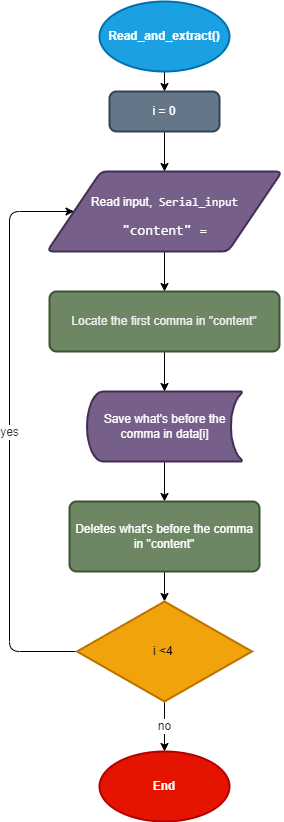
This is Flow charts/read_and_extract().png from Thibault-GILLARD/Blue_Robot_2022, a draw.io export, as it was before one commit. Source tidied: cells renumbered, new cells last; positions are measured from the earlier drawing's top-left corner, leaving out a move shared by most shapes.
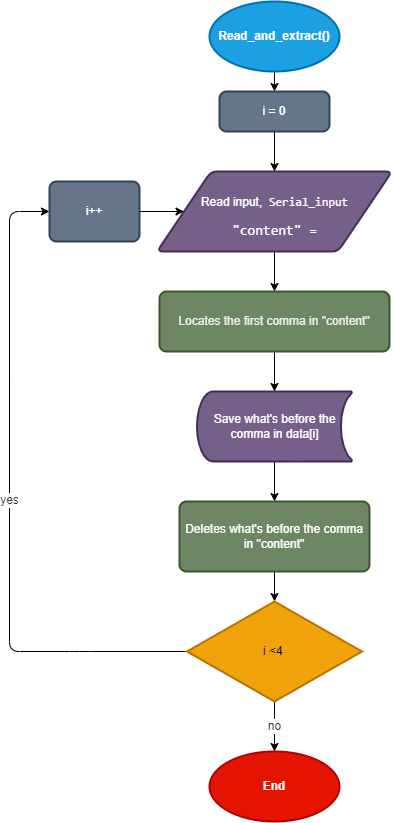
Later version of the same file.

The edit, as a diff of the source:
```diff
@@ -23,7 +23,7 @@
     <mxCell id="8" style="edgeStyle=none;html=1;exitX=0.5;exitY=1;exitDx=0;exitDy=0;entryX=0.5;entryY=0;entryDx=0;entryDy=0;entryPerimeter=0;fontSize=12;fontColor=#FFFFFF;" parent="1" edge="1" source="9" target="7">
       <mxGeometry relative="1" as="geometry" />
     </mxCell>
-    <mxCell id="9" value="&lt;span style=&quot;color: rgb(240 , 240 , 240)&quot;&gt;Locate the first comma in &quot;content&quot;&lt;/span&gt;" style="rounded=1;whiteSpace=wrap;html=1;absoluteArcSize=1;arcSize=14;strokeWidth=2;labelBackgroundColor=none;fontSize=12;fontColor=#ffffff;fillColor=#6d8764;strokeColor=#3A5431;" parent="1" vertex="1">
+    <mxCell id="9" value="&lt;span style=&quot;color: rgb(240 , 240 , 240)&quot;&gt;Locates the first comma in &quot;content&quot;&lt;/span&gt;" style="rounded=1;whiteSpace=wrap;html=1;absoluteArcSize=1;arcSize=14;strokeWidth=2;labelBackgroundColor=none;fontSize=12;fontColor=#ffffff;fillColor=#6d8764;strokeColor=#3A5431;" parent="1" vertex="1">
       <mxGeometry x="40" y="290" width="230" height="60" as="geometry" />
     </mxCell>
     <mxCell id="10" style="edgeStyle=none;html=1;exitX=0.5;exitY=1;exitDx=0;exitDy=0;entryX=0.5;entryY=0;entryDx=0;entryDy=0;entryPerimeter=0;fontSize=12;fontColor=#FFFFFF;" parent="1" edge="1" source="11" target="16">
@@ -38,11 +38,13 @@
     <mxCell id="13" value="i = 0" style="rounded=1;whiteSpace=wrap;html=1;absoluteArcSize=1;arcSize=14;strokeWidth=2;labelBackgroundColor=none;fontSize=12;fontColor=#ffffff;fillColor=#647687;strokeColor=#314354;" parent="1" vertex="1">
       <mxGeometry x="100" y="90" width="110" height="40" as="geometry" />
     </mxCell>
-    <mxCell id="14" value="&lt;font color=&quot;#333333&quot;&gt;yes&lt;/font&gt;" style="edgeStyle=none;html=1;entryX=0;entryY=0.5;entryDx=0;entryDy=0;fontSize=12;fontColor=#FFFFFF;exitX=0;exitY=0.5;exitDx=0;exitDy=0;exitPerimeter=0;" parent="1" edge="1" source="16" target="5">
+    <mxCell id="14" value="&lt;font color=&quot;#333333&quot;&gt;yes&lt;/font&gt;" style="edgeStyle=none;html=1;fontSize=12;fontColor=#FFFFFF;exitX=0;exitY=0.5;exitDx=0;exitDy=0;exitPerimeter=0;entryX=0;entryY=0.5;entryDx=0;entryDy=0;" parent="1" edge="1" source="16" target="19">
       <mxGeometry relative="1" as="geometry">
         <Array as="points">
-          <mxPoint y="650" />
-          <mxPoint y="210" />
+          <mxPoint x="-40" y="650" />
+          <mxPoint x="-110" y="650" />
+          <mxPoint x="-110" y="370" />
+          <mxPoint x="-110" y="210" />
         </Array>
       </mxGeometry>
     </mxCell>
@@ -55,5 +57,11 @@
     <mxCell id="17" value="End" style="strokeWidth=2;html=1;shape=mxgraph.flowchart.start_1;whiteSpace=wrap;fillColor=#e51400;strokeColor=#B20000;shadow=0;fontStyle=1;fontColor=#ffffff;" parent="1" vertex="1">
       <mxGeometry x="90" y="750" width="130" height="70" as="geometry" />
     </mxCell>
+    <mxCell id="18" style="edgeStyle=none;html=1;exitX=1;exitY=0.5;exitDx=0;exitDy=0;entryX=0;entryY=0.5;entryDx=0;entryDy=0;labelBackgroundColor=none;fontSize=12;fontColor=#FFFFFF;" parent="1" edge="1" source="19" target="5">
+      <mxGeometry relative="1" as="geometry" />
+    </mxCell>
+    <mxCell id="19" value="&lt;font color=&quot;#ffffff&quot;&gt;i++&lt;/font&gt;" style="rounded=1;whiteSpace=wrap;html=1;absoluteArcSize=1;arcSize=14;strokeWidth=2;labelBackgroundColor=none;fontSize=12;fontColor=#ffffff;fillColor=#647687;strokeColor=#314354;" parent="1" vertex="1">
+      <mxGeometry x="-70" y="180" width="90" height="60" as="geometry" />
+    </mxCell>
   </root>
 </mxGraphModel>
```
